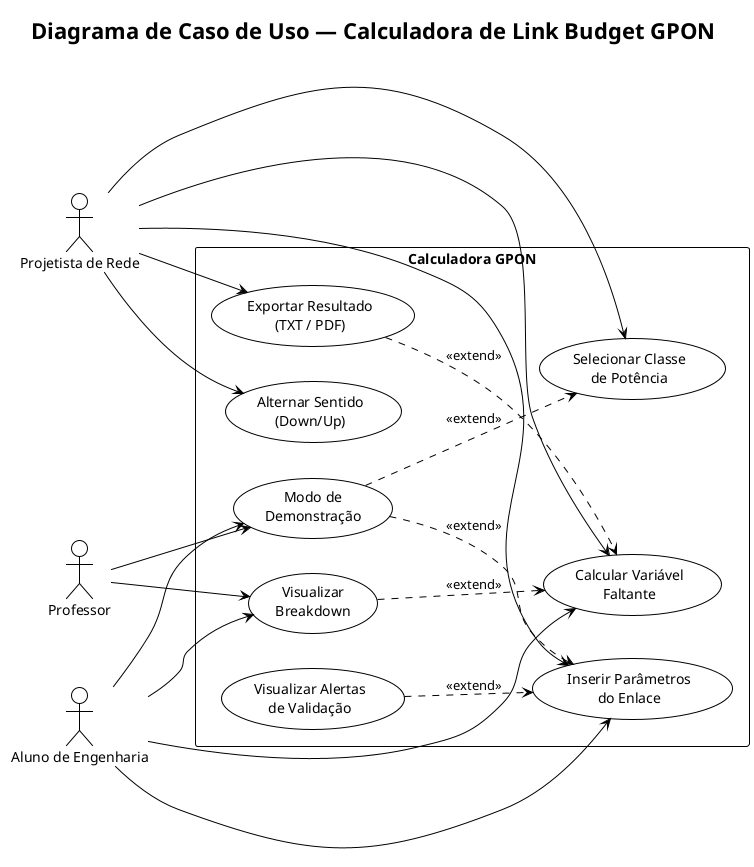
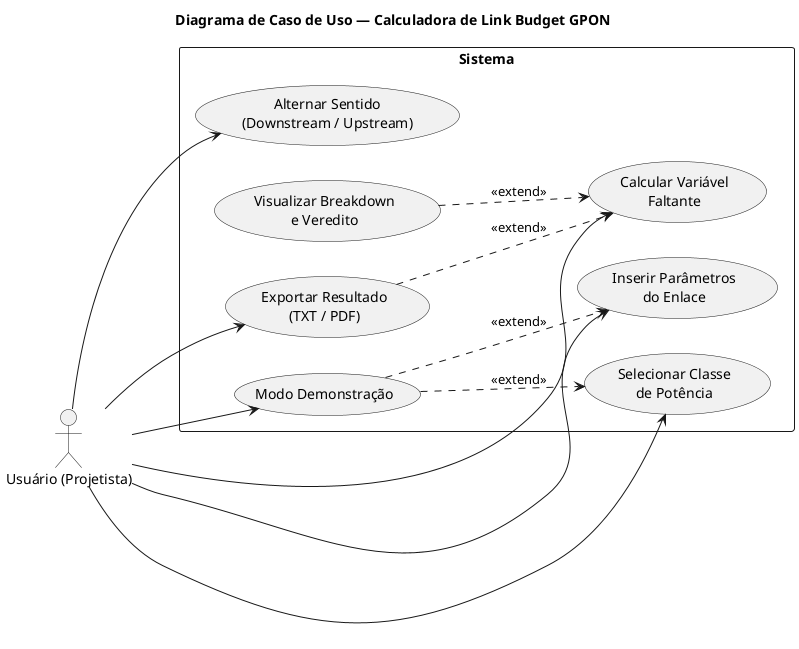
- @startuml DiagramaCasoDeUso
- !theme plain
+ @startuml
left to right direction
skinparam packageStyle rectangle

title Diagrama de Caso de Uso — Calculadora de Link Budget GPON

- actor "Projetista de Rede" as Projetista
- actor "Aluno de Engenharia" as Aluno
- actor "Professor" as Professor
+ actor "Usuário (Projetista)" as Usuario

- rectangle "Calculadora GPON" {
+ rectangle "Sistema" {
  usecase "Inserir Parâmetros\ndo Enlace" as UC01
  usecase "Calcular Variável\nFaltante" as UC02
  usecase "Selecionar Classe\nde Potência" as UC03
-   usecase "Alternar Sentido\n(Down/Up)" as UC04
-   usecase "Visualizar\nBreakdown" as UC05
-   usecase "Visualizar Alertas\nde Validação" as UC06
-   usecase "Exportar Resultado\n(TXT / PDF)" as UC07
-   usecase "Modo de\nDemonstração" as UC08
+   usecase "Alternar Sentido\n(Downstream / Upstream)" as UC04
+   usecase "Exportar Resultado\n(TXT / PDF)" as UC05
+   usecase "Visualizar Breakdown\ne Veredito" as UC06
+   usecase "Modo Demonstração" as UC07

+   UC06 ..> UC02 : <<extend>>
  UC05 ..> UC02 : <<extend>>
-   UC06 ..> UC01 : <<extend>>
-   UC07 ..> UC02 : <<extend>>
-   UC08 ..> UC01 : <<extend>>
-   UC08 ..> UC03 : <<extend>>
+   UC07 ..> UC01 : <<extend>>
+   UC07 ..> UC03 : <<extend>>
}

- Projetista --> UC01
- Projetista --> UC02
- Projetista --> UC03
- Projetista --> UC04
- Projetista --> UC07
- 
- Aluno --> UC01
- Aluno --> UC02
- Aluno --> UC05
- Aluno --> UC08
- 
- Professor --> UC05
- Professor --> UC08
+ Usuario --> UC01
+ Usuario --> UC02
+ Usuario --> UC03
+ Usuario --> UC04
+ Usuario --> UC05
+ Usuario --> UC07

@enduml
